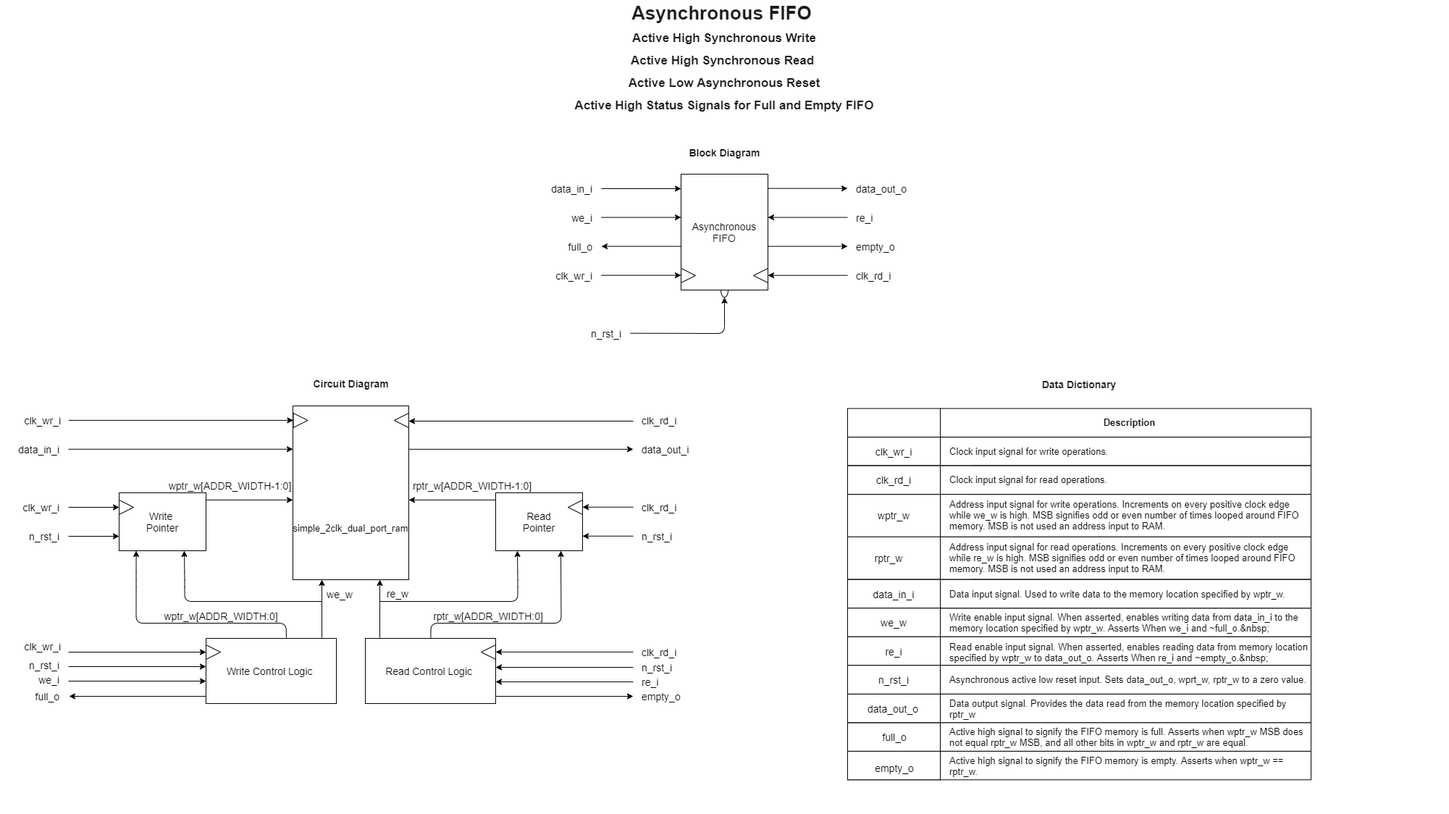
This is Day_020_fifo_asynchronous/images/fifo_asynchronous_designDiagram.png from hughbyrne10/100daysofRTL, a draw.io export, as it was before one commit. Source tidied: cells renumbered, new cells last; positions are measured from the earlier drawing's top-left corner, leaving out a move shared by most shapes.
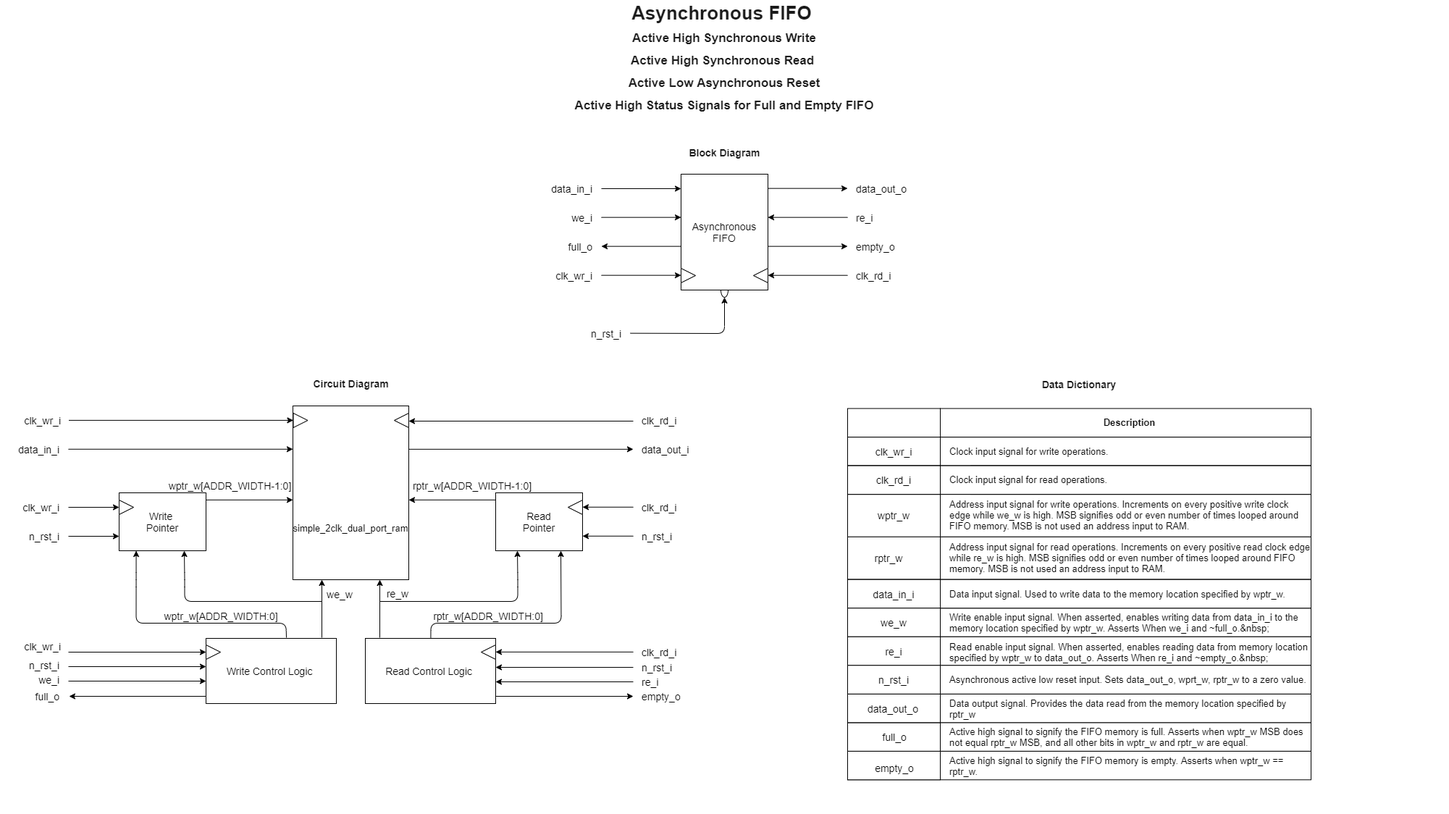
The same diagram one commit later.

Commit message:
Day 020. Update design diagram.

What changed in the source:
```diff
@@ -396,7 +396,7 @@
     <mxCell id="103" value="Data input signal. Used to write data to the memory location specified by wptr_w." style="text;strokeColor=none;fillColor=none;align=left;verticalAlign=middle;rounded=0;fontFamily=Helvetica;labelBackgroundColor=none;whiteSpace=wrap;fontSize=13;" parent="61" vertex="1">
       <mxGeometry x="138.7" y="290.8" width="501.3" height="39.5" as="geometry" />
     </mxCell>
-    <mxCell id="104" value="Address input signal for read operations. Increments on every positive clock edge while re_w is high. MSB signifies odd or even number of times looped around FIFO memory. MSB is not used an address input to RAM." style="text;strokeColor=none;fillColor=none;align=left;verticalAlign=middle;rounded=0;fontFamily=Helvetica;labelBackgroundColor=none;whiteSpace=wrap;fontSize=13;" parent="61" vertex="1">
+    <mxCell id="104" value="Address input signal for read operations. Increments on every positive read clock edge while re_w is high. MSB signifies odd or even number of times looped around FIFO memory. MSB is not used an address input to RAM." style="text;strokeColor=none;fillColor=none;align=left;verticalAlign=middle;rounded=0;fontFamily=Helvetica;labelBackgroundColor=none;whiteSpace=wrap;fontSize=13;" parent="61" vertex="1">
       <mxGeometry x="138.7" y="230.7" width="501.3" height="59.9" as="geometry" />
     </mxCell>
     <mxCell id="105" value="Data output signal. Provides the data read from the memory location specified by rptr_w" style="text;strokeColor=none;fillColor=none;align=left;verticalAlign=middle;rounded=0;fontFamily=Helvetica;labelBackgroundColor=none;whiteSpace=wrap;fontSize=13;" parent="61" vertex="1">
@@ -414,7 +414,7 @@
     <mxCell id="109" value="Read enable input signal. When asserted, enables reading data from memory location specified by wptr_w to data_out_o. Asserts When re_i and ~empty_o.&amp;nbsp;" style="text;strokeColor=none;fillColor=none;align=left;verticalAlign=middle;rounded=0;fontFamily=Helvetica;labelBackgroundColor=none;whiteSpace=wrap;fontSize=13;" parent="61" vertex="1">
       <mxGeometry x="138.7" y="369.8" width="501.3" height="42.8" as="geometry" />
     </mxCell>
-    <mxCell id="110" value="Address input signal for write operations. Increments on every positive clock edge while we_w is high. MSB signifies odd or even number of times looped around FIFO memory. MSB is not used an address input to RAM." style="text;strokeColor=none;fillColor=none;align=left;verticalAlign=middle;rounded=0;fontFamily=Helvetica;labelBackgroundColor=none;whiteSpace=wrap;fontSize=13;" parent="61" vertex="1">
+    <mxCell id="110" value="Address input signal for write operations. Increments on every positive write clock edge while we_w is high. MSB signifies odd or even number of times looped around FIFO memory. MSB is not used an address input to RAM." style="text;strokeColor=none;fillColor=none;align=left;verticalAlign=middle;rounded=0;fontFamily=Helvetica;labelBackgroundColor=none;whiteSpace=wrap;fontSize=13;" parent="61" vertex="1">
       <mxGeometry x="138.7" y="172.3" width="501.3" height="59.2" as="geometry" />
     </mxCell>
     <mxCell id="111" value="rptr_w" style="text;strokeColor=none;fillColor=none;align=center;verticalAlign=middle;whiteSpace=wrap;rounded=0;fontSize=14;" parent="61" vertex="1">
```
